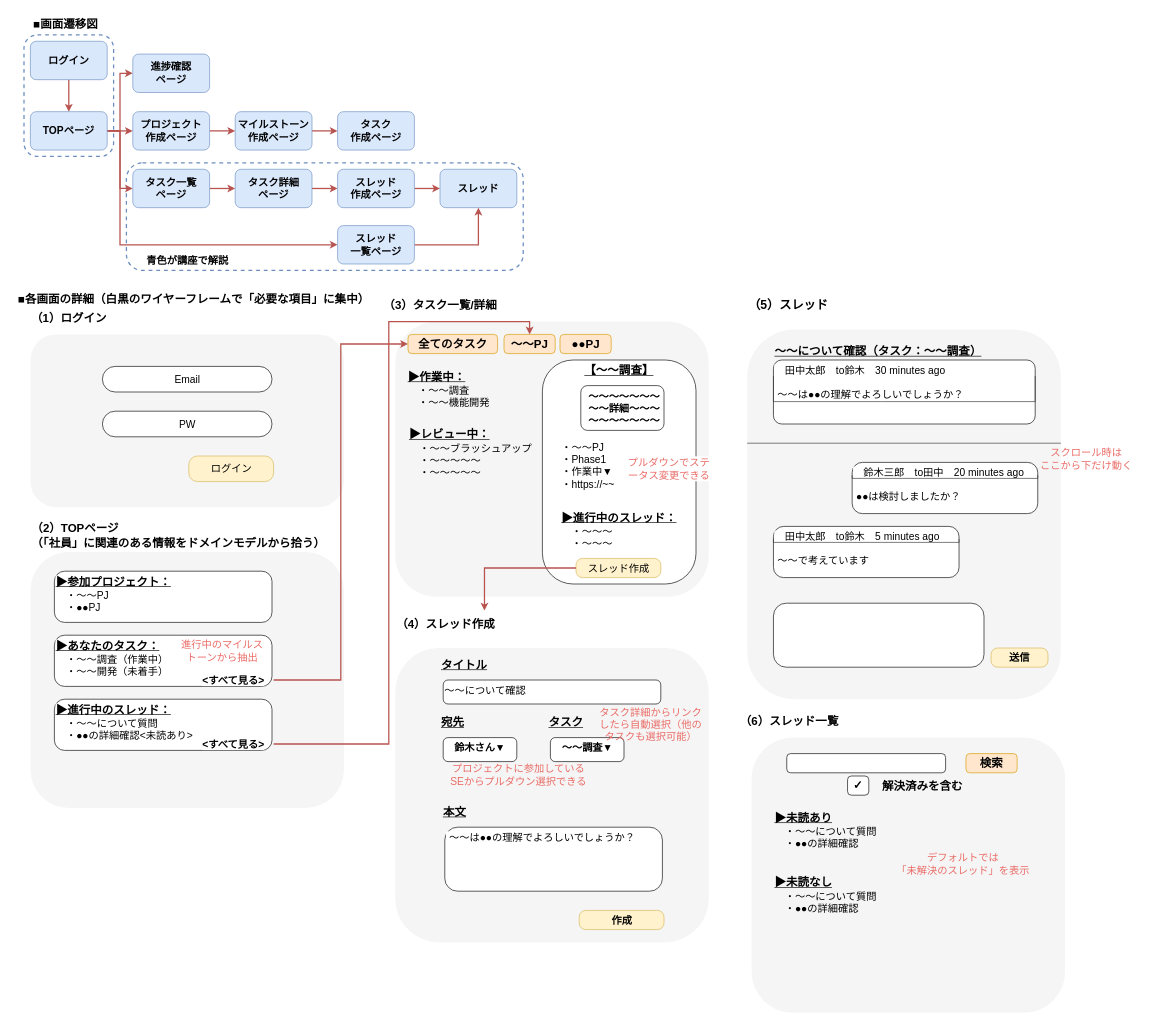
The draw.io diagram functional-design.drawio in haseryo0403/functional-design-technical-design, before the edit. Source tidied: cells renumbered, new cells numbered last; positions are measured from the earlier drawing's top-left corner, leaving out a move shared by most shapes. Both pictures are drawn from the tidied source at 64%, with x=0, y=0 at pixel (11, 11).
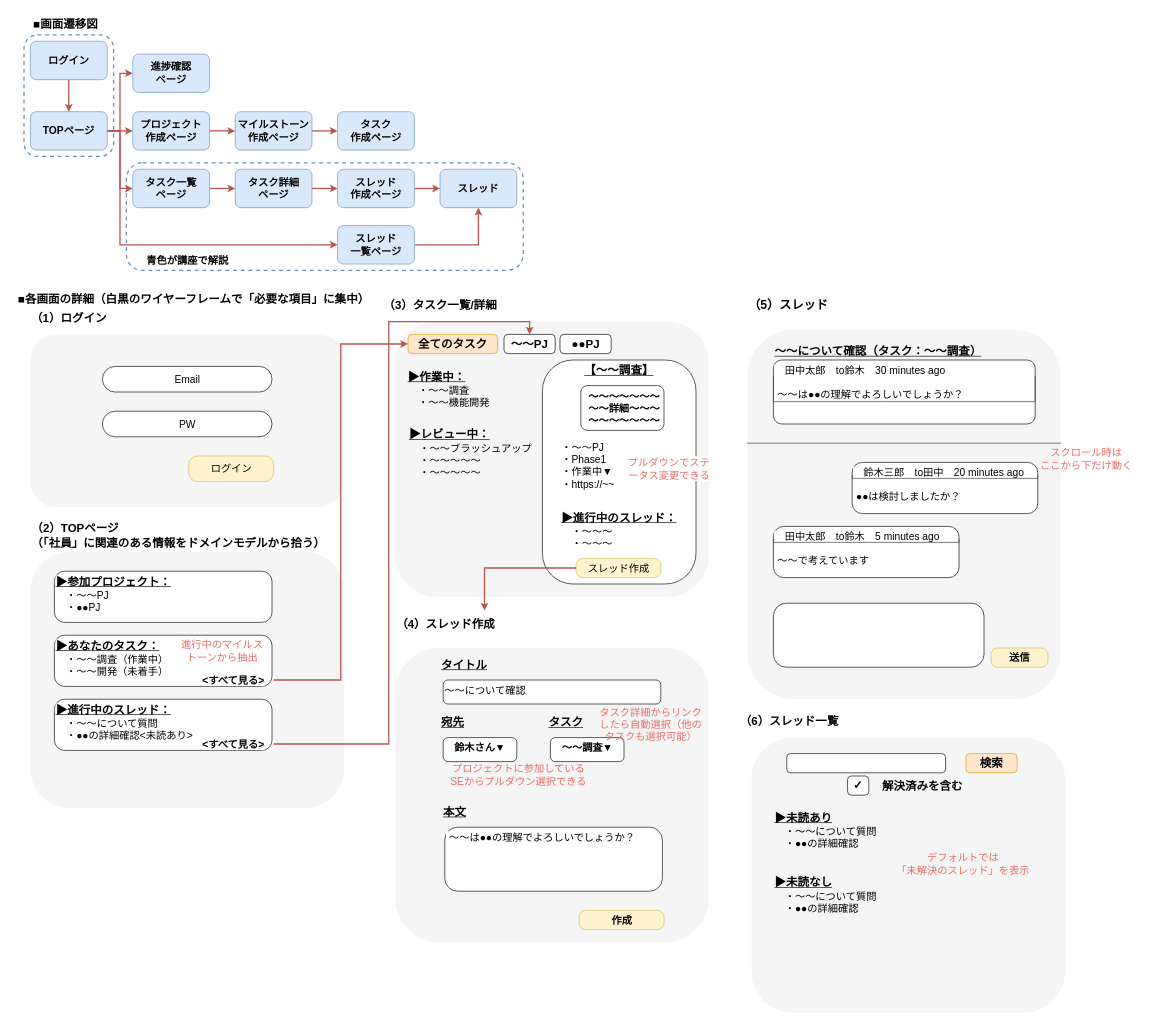
After the change.

Commit message:
functional-design.drawio を更新します

What changed in the source:
```diff
@@
-    <mxCell id="44" value="&lt;span style=&quot;font-size: 18px;&quot;&gt;&lt;b&gt;～～PJ&lt;/b&gt;&lt;/span&gt;" style="rounded=1;whiteSpace=wrap;html=1;fontFamily=Helvetica;fontSize=16;labelBackgroundColor=none;arcSize=20;strokeColor=#d79b00;verticalAlign=middle;align=center;fillColor=#ffe6cc;fontStyle=0;" parent="1" vertex="1">
+    <mxCell id="44" value="&lt;span style=&quot;font-size: 18px;&quot;&gt;&lt;b&gt;～～PJ&lt;/b&gt;&lt;/span&gt;" style="rounded=1;whiteSpace=wrap;html=1;fontFamily=Helvetica;fontSize=16;labelBackgroundColor=none;arcSize=20;verticalAlign=middle;align=center;fontStyle=0;" parent="1" vertex="1">
       <mxGeometry x="770" y="505" width="80" height="30" as="geometry" />
     </mxCell>
@@
-    <mxCell id="46" value="&lt;span style=&quot;font-size: 18px;&quot;&gt;&lt;b&gt;●●PJ&lt;/b&gt;&lt;/span&gt;" style="rounded=1;whiteSpace=wrap;html=1;fontFamily=Helvetica;fontSize=16;labelBackgroundColor=none;arcSize=20;strokeColor=#d79b00;verticalAlign=middle;align=center;fillColor=#ffe6cc;fontStyle=0;" parent="1" vertex="1">
+    <mxCell id="46" value="&lt;span style=&quot;font-size: 18px;&quot;&gt;&lt;b&gt;●●PJ&lt;/b&gt;&lt;/span&gt;" style="rounded=1;whiteSpace=wrap;html=1;fontFamily=Helvetica;fontSize=16;labelBackgroundColor=none;arcSize=20;verticalAlign=middle;align=center;fontStyle=0;" parent="1" vertex="1">
       <mxGeometry x="857.5" y="505" width="80" height="30" as="geometry" />
     </mxCell>
```
